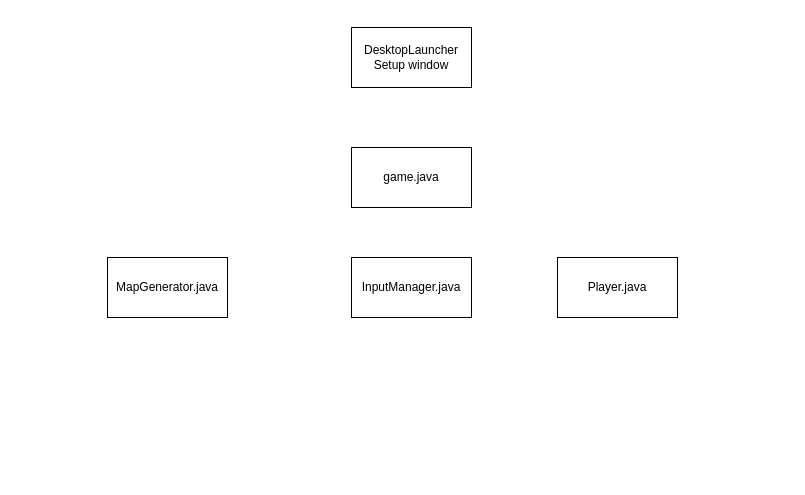
vakaris223/JavaProjecrt keeps this draw.io diagram as flowchart/Untitled Diagram.drawio. Above is the earlier version. Source tidied: cells renumbered, new cells numbered last; positions are measured from the earlier drawing's top-left corner, leaving out a move shared by most shapes. Both pictures are drawn from the tidied source at 100%, with x=0, y=0 at pixel (107, 27).
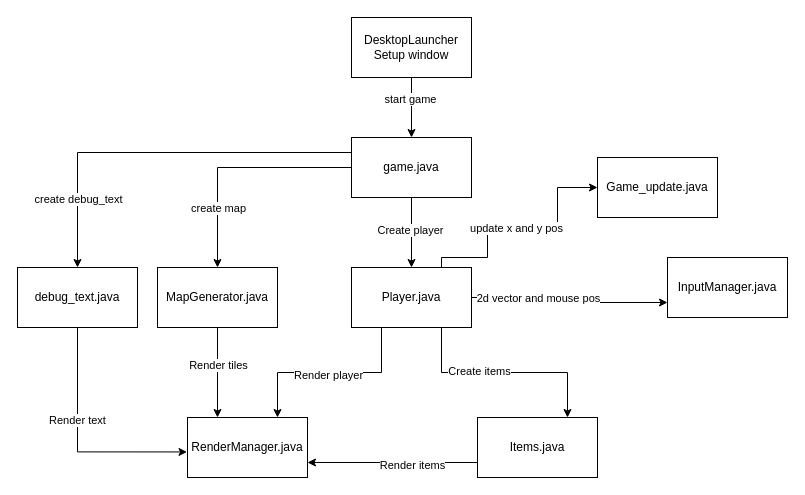
After the change.

Diff of the diagram source:
```diff
@@
+    <mxCell id="7" style="edgeStyle=orthogonalEdgeStyle;rounded=0;jettySize=auto;html=1;exitX=0.5;exitY=1;exitDx=0;exitDy=0;entryX=0.5;entryY=0;entryDx=0;entryDy=0;" parent="1" edge="1" source="2" target="3">
+      <mxGeometry relative="1" as="geometry" />
+    </mxCell>
+    <mxCell id="8" value="start game" style="edgeLabel;html=1;align=center;verticalAlign=middle;" parent="7" vertex="1">
+      <mxGeometry x="-0.31" y="-2" relative="1" as="geometry" />
+    </mxCell>
     <mxCell id="2" value="DesktopLauncher&lt;br&gt;Setup window" style="rounded=0;whiteSpace=wrap;html=1;" parent="1" vertex="1">
-      <mxGeometry x="244" width="120" height="60" as="geometry" />
+      <mxGeometry x="244" y="-10" width="120" height="60" as="geometry" />
     </mxCell>
+    <mxCell id="9" style="edgeStyle=orthogonalEdgeStyle;rounded=0;jettySize=auto;html=1;exitX=0;exitY=0.5;exitDx=0;exitDy=0;" parent="1" edge="1" source="3" target="4">
+      <mxGeometry relative="1" as="geometry" />
+    </mxCell>
+    <mxCell id="10" value="create map" style="edgeLabel;html=1;align=center;verticalAlign=middle;" parent="9" vertex="1">
+      <mxGeometry x="0.17" y="-2" relative="1" as="geometry">
+        <mxPoint x="2" y="37" as="offset" />
+      </mxGeometry>
+    </mxCell>
+    <mxCell id="11" style="edgeStyle=orthogonalEdgeStyle;rounded=0;jettySize=auto;html=1;exitX=0.5;exitY=1;exitDx=0;exitDy=0;entryX=0.5;entryY=0;entryDx=0;entryDy=0;" parent="1" edge="1" source="3" target="6">
+      <mxGeometry relative="1" as="geometry" />
+    </mxCell>
+    <mxCell id="12" value="Create player" style="edgeLabel;html=1;align=center;verticalAlign=middle;" parent="11" vertex="1">
+      <mxGeometry x="-0.1" y="-2" relative="1" as="geometry" />
+    </mxCell>
+    <mxCell id="13" style="edgeStyle=orthogonalEdgeStyle;rounded=0;jettySize=auto;html=1;exitX=0;exitY=0.25;exitDx=0;exitDy=0;entryX=0.5;entryY=0;entryDx=0;entryDy=0;" parent="1" edge="1" source="3" target="30">
+      <mxGeometry relative="1" as="geometry" />
+    </mxCell>
+    <mxCell id="14" value="create debug_text" style="edgeLabel;html=1;align=center;verticalAlign=middle;" parent="13" vertex="1">
+      <mxGeometry x="0.52" relative="1" as="geometry">
+        <mxPoint y="24" as="offset" />
+      </mxGeometry>
+    </mxCell>
     <mxCell id="3" value="game.java" style="rounded=0;whiteSpace=wrap;html=1;" parent="1" vertex="1">
-      <mxGeometry x="244" y="120" width="120" height="60" as="geometry" />
+      <mxGeometry x="244" y="110" width="120" height="60" as="geometry" />
     </mxCell>
+    <mxCell id="15" style="edgeStyle=orthogonalEdgeStyle;rounded=0;jettySize=auto;html=1;exitX=0.5;exitY=1;exitDx=0;exitDy=0;entryX=0.25;entryY=0;entryDx=0;entryDy=0;" parent="1" edge="1" source="4" target="25">
+      <mxGeometry relative="1" as="geometry" />
+    </mxCell>
+    <mxCell id="16" value="Render tiles" style="edgeLabel;html=1;align=center;verticalAlign=middle;" parent="15" vertex="1">
+      <mxGeometry x="0.16" y="2" relative="1" as="geometry">
+        <mxPoint x="-2" y="-15" as="offset" />
+      </mxGeometry>
+    </mxCell>
     <mxCell id="4" value="MapGenerator.java" style="rounded=0;whiteSpace=wrap;html=1;" parent="1" vertex="1">
-      <mxGeometry y="230" width="120" height="60" as="geometry" />
+      <mxGeometry x="50" y="240" width="120" height="60" as="geometry" />
     </mxCell>
     <mxCell id="5" value="InputManager.java" style="rounded=0;whiteSpace=wrap;html=1;" parent="1" vertex="1">
-      <mxGeometry x="244" y="230" width="120" height="60" as="geometry" />
+      <mxGeometry x="560" y="230" width="120" height="60" as="geometry" />
     </mxCell>
+    <mxCell id="17" style="edgeStyle=orthogonalEdgeStyle;rounded=0;jettySize=auto;html=1;exitX=0.75;exitY=1;exitDx=0;exitDy=0;entryX=0.75;entryY=0;entryDx=0;entryDy=0;" parent="1" edge="1" source="6" target="28">
+      <mxGeometry relative="1" as="geometry" />
+    </mxCell>
+    <mxCell id="18" value="Create items" style="edgeLabel;html=1;align=center;verticalAlign=middle;" parent="17" vertex="1">
+      <mxGeometry x="-0.24" y="2" relative="1" as="geometry" />
+    </mxCell>
+    <mxCell id="19" style="edgeStyle=orthogonalEdgeStyle;rounded=0;jettySize=auto;html=1;exitX=0.25;exitY=1;exitDx=0;exitDy=0;entryX=0.75;entryY=0;entryDx=0;entryDy=0;" parent="1" edge="1" source="6" target="25">
+      <mxGeometry relative="1" as="geometry" />
+    </mxCell>
+    <mxCell id="20" value="Render player" style="edgeLabel;html=1;align=center;verticalAlign=middle;" parent="19" vertex="1">
+      <mxGeometry x="0.02" y="2" relative="1" as="geometry" />
+    </mxCell>
+    <mxCell id="21" style="edgeStyle=orthogonalEdgeStyle;rounded=0;jettySize=auto;html=1;exitX=1;exitY=0.5;exitDx=0;exitDy=0;entryX=0;entryY=0.75;entryDx=0;entryDy=0;" parent="1" edge="1" source="6" target="5">
+      <mxGeometry relative="1" as="geometry" />
+    </mxCell>
+    <mxCell id="22" value="2d vector and mouse pos&lt;br&gt;" style="edgeLabel;html=1;align=center;verticalAlign=middle;" parent="21" vertex="1">
+      <mxGeometry x="-0.58" y="1" relative="1" as="geometry">
+        <mxPoint x="24" y="1" as="offset" />
+      </mxGeometry>
+    </mxCell>
+    <mxCell id="23" style="edgeStyle=orthogonalEdgeStyle;rounded=0;jettySize=auto;html=1;exitX=0.75;exitY=0;exitDx=0;exitDy=0;entryX=0;entryY=0.5;entryDx=0;entryDy=0;" parent="1" edge="1" source="6" target="29">
+      <mxGeometry relative="1" as="geometry">
+        <Array as="points">
+          <mxPoint x="334" y="230" />
+          <mxPoint x="380" y="230" />
+          <mxPoint x="380" y="200" />
+          <mxPoint x="450" y="200" />
+          <mxPoint x="450" y="160" />
+        </Array>
+      </mxGeometry>
+    </mxCell>
+    <mxCell id="24" value="update x and y pos" style="edgeLabel;html=1;align=center;verticalAlign=middle;" parent="23" vertex="1">
+      <mxGeometry x="-0.03" relative="1" as="geometry" />
+    </mxCell>
     <mxCell id="6" value="Player.java" style="rounded=0;whiteSpace=wrap;html=1;" parent="1" vertex="1">
-      <mxGeometry x="450" y="230" width="120" height="60" as="geometry" />
+      <mxGeometry x="244" y="240" width="120" height="60" as="geometry" />
     </mxCell>
+    <mxCell id="25" value="RenderManager.java" style="rounded=0;whiteSpace=wrap;html=1;" parent="1" vertex="1">
+      <mxGeometry x="80" y="390" width="120" height="60" as="geometry" />
+    </mxCell>
+    <mxCell id="26" style="edgeStyle=orthogonalEdgeStyle;rounded=0;jettySize=auto;html=1;exitX=0;exitY=0.75;exitDx=0;exitDy=0;entryX=1;entryY=0.75;entryDx=0;entryDy=0;" parent="1" edge="1" source="28" target="25">
+      <mxGeometry relative="1" as="geometry" />
+    </mxCell>
+    <mxCell id="27" value="Render items" style="edgeLabel;html=1;align=center;verticalAlign=middle;" parent="26" vertex="1">
+      <mxGeometry x="-0.22" y="2" relative="1" as="geometry" />
+    </mxCell>
+    <mxCell id="28" value="Items.java" style="rounded=0;whiteSpace=wrap;html=1;" parent="1" vertex="1">
+      <mxGeometry x="370" y="390" width="120" height="60" as="geometry" />
+    </mxCell>
+    <mxCell id="29" value="Game_update.java" style="whiteSpace=wrap;html=1;" parent="1" vertex="1">
+      <mxGeometry x="490" y="130" width="120" height="60" as="geometry" />
+    </mxCell>
+    <mxCell id="30" value="debug_text.java" style="rounded=0;whiteSpace=wrap;html=1;" parent="1" vertex="1">
+      <mxGeometry x="-90" y="240" width="120" height="60" as="geometry" />
+    </mxCell>
+    <mxCell id="31" style="edgeStyle=orthogonalEdgeStyle;rounded=0;jettySize=auto;html=1;exitX=0.5;exitY=1;exitDx=0;exitDy=0;entryX=-0.004;entryY=0.574;entryDx=0;entryDy=0;entryPerimeter=0;" parent="1" edge="1" source="30" target="25">
+      <mxGeometry relative="1" as="geometry" />
+    </mxCell>
+    <mxCell id="32" value="Render text" style="edgeLabel;html=1;align=center;verticalAlign=middle;" parent="31" vertex="1">
+      <mxGeometry x="-0.21" y="-1" relative="1" as="geometry" />
+    </mxCell>
```
